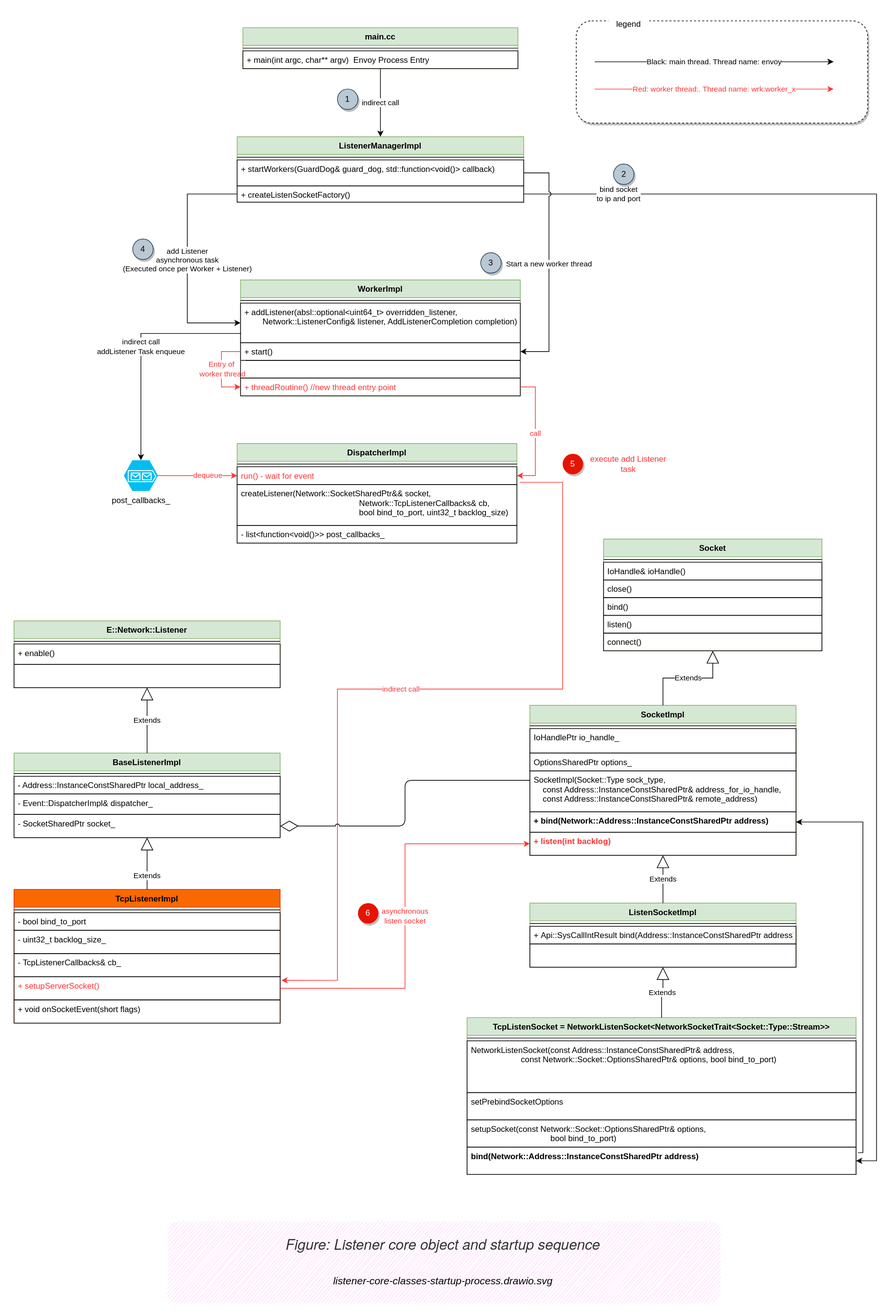
Earlier version of the draw.io export docs/source/ch2-envoy/arch/listener/listener.assets/listener-core-classes-startup-process.drawio.svg (labilezhu/istio-insider). Source tidied: cells renumbered, new cells last; positions are measured from the earlier drawing's top-left corner, leaving out a move shared by most shapes.
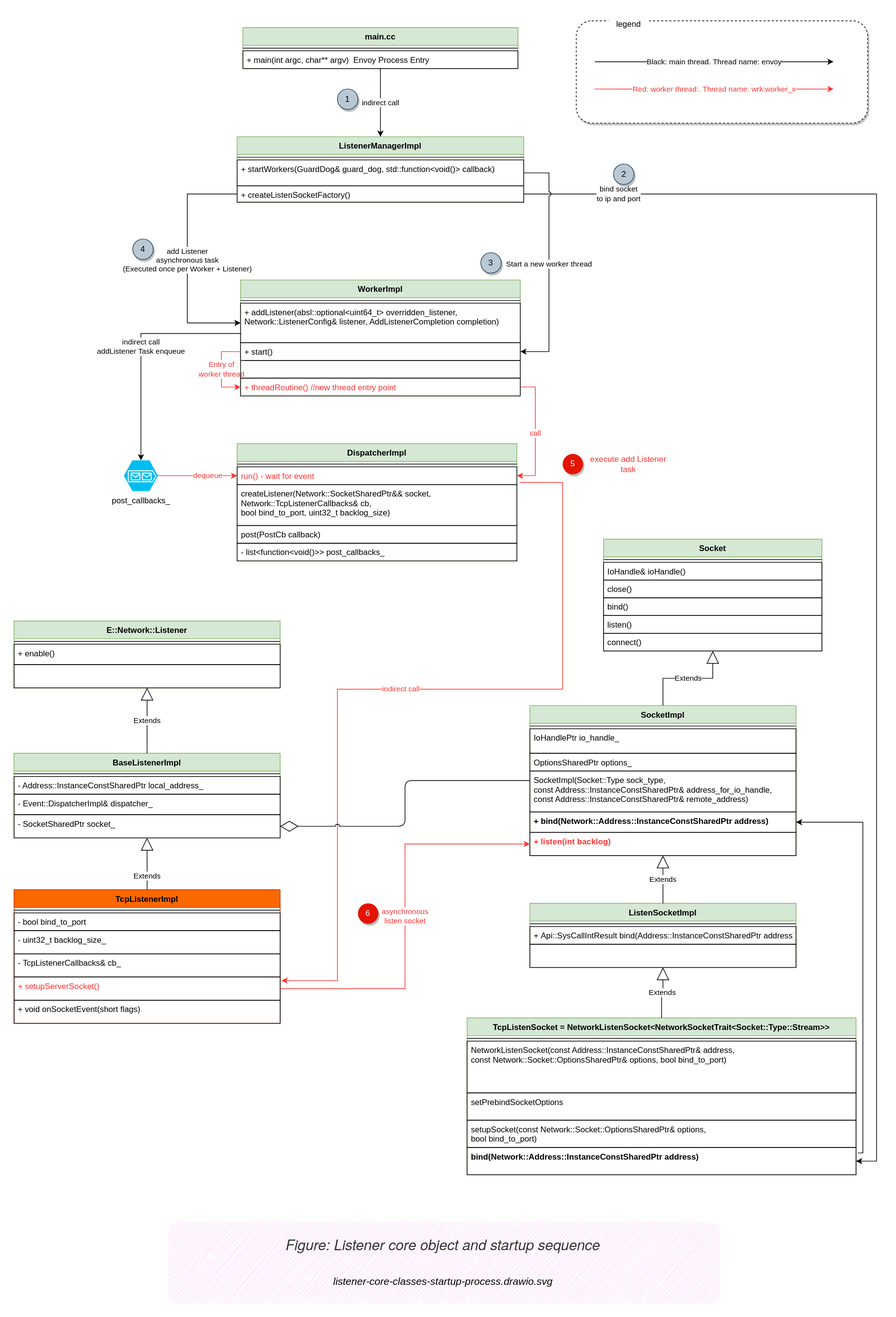
The same file after the commit.

What changed in the source:
```diff
@@ -175,7 +175,7 @@
       <mxGeometry x="161" y="654.5" width="50" height="45" as="geometry" />
     </mxCell>
     <mxCell id="57" value="DispatcherImpl" style="swimlane;fontStyle=1;align=center;verticalAlign=top;horizontal=1;startSize=26;fillColor=#d5e8d4;strokeColor=#82b366;" parent="1" vertex="1">
-      <mxGeometry x="327" y="630" width="410" height="146" as="geometry" />
+      <mxGeometry x="327" y="630" width="410" height="172" as="geometry" />
     </mxCell>
     <mxCell id="58" style="line;strokeWidth=1;fillColor=none;align=left;verticalAlign=middle;spacingTop=-1;spacingLeft=3;spacingRight=3;labelPosition=right;" parent="57" vertex="1">
       <mxGeometry y="26" width="410" height="8" as="geometry" />
@@ -186,9 +186,12 @@
     <mxCell id="60" value="createListener(Network::SocketSharedPtr&amp;&amp; socket,&#10;                                                    Network::TcpListenerCallbacks&amp; cb,&#10;                                                    bool bind_to_port, uint32_t backlog_size)" style="text;fillColor=none;align=left;verticalAlign=top;spacingLeft=4;spacingRight=4;overflow=hidden;strokeColor=#000000;" parent="57" vertex="1">
       <mxGeometry y="60" width="410" height="60" as="geometry" />
     </mxCell>
-    <mxCell id="61" value="- list&lt;function&lt;void()&gt;&gt; post_callbacks_" style="text;fillColor=none;align=left;verticalAlign=top;spacingLeft=4;spacingRight=4;overflow=hidden;strokeColor=#000000;" parent="57" vertex="1">
+    <mxCell id="61" value="post(PostCb callback)" style="text;fillColor=none;align=left;verticalAlign=top;spacingLeft=4;spacingRight=4;overflow=hidden;strokeColor=#000000;" parent="57" vertex="1">
       <mxGeometry y="120" width="410" height="26" as="geometry" />
     </mxCell>
+    <mxCell id="90" value="- list&lt;function&lt;void()&gt;&gt; post_callbacks_" style="text;fillColor=none;align=left;verticalAlign=top;spacingLeft=4;spacingRight=4;overflow=hidden;strokeColor=#000000;" parent="57" vertex="1">
+      <mxGeometry y="146" width="410" height="26" as="geometry" />
+    </mxCell>
     <mxCell id="62" value="bind socket&lt;br&gt;to ip and port" style="endArrow=classic;html=1;rounded=0;exitX=1;exitY=0.5;exitDx=0;exitDy=0;edgeStyle=orthogonalEdgeStyle;" parent="1" edge="1" source="44" target="33">
       <mxGeometry x="-0.86" relative="1" as="geometry">
         <Array as="points">
```
